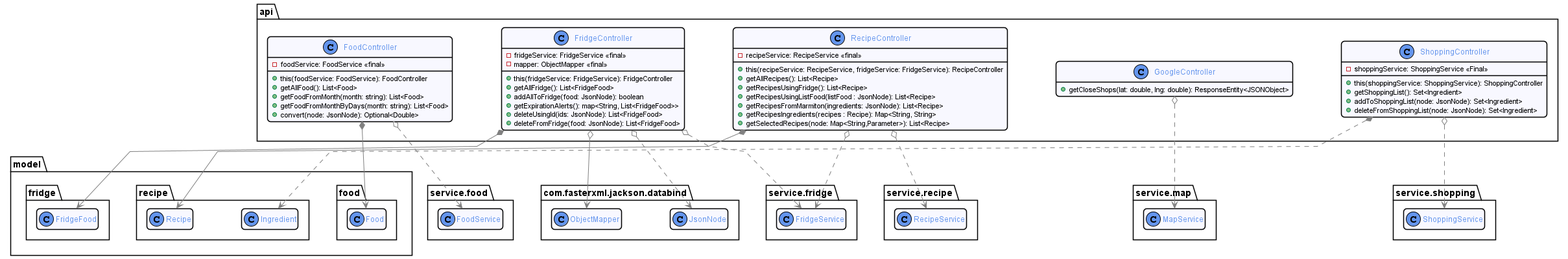
Before: docs/diagram/out/api.png, a diagram exported from PlantUML (romainvacheret/wadge-backend).
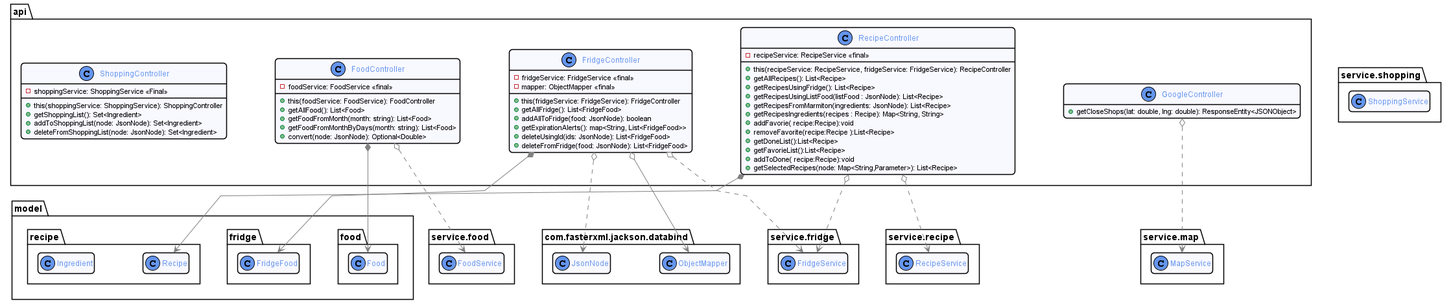
The same diagram one commit later.

Diff of the diagram source:
```diff
@@ -69,7 +69,13 @@
         + getRecipesUsingListFood(listFood : JsonNode): List<Recipe>
         + getRecipesFromMarmiton(ingredients: JsonNode): List<Recipe>
         + getRecipesIngredients(recipes : Recipe): Map<String, String>
+        + addFavorie( recipe:Recipe):void
+        + removeFavorite(recipe:Recipe ):List<Recipe>
+        + getDoneList():List<Recipe>
+        + getFavorieList():List<Recipe>
+        + addToDone( recipe:Recipe):void
         + getSelectedRecipes(node: Map<String,Parameter>): List<Recipe>
+
     }
 
     class GoogleController {
@@ -99,7 +105,4 @@
 RecipeController o..> RecipeService
 RecipeController o..> FridgeService
 
-ShoppingController o..> ShoppingService
-ShoppingController *..> Ingredient
-
 @enduml
```
